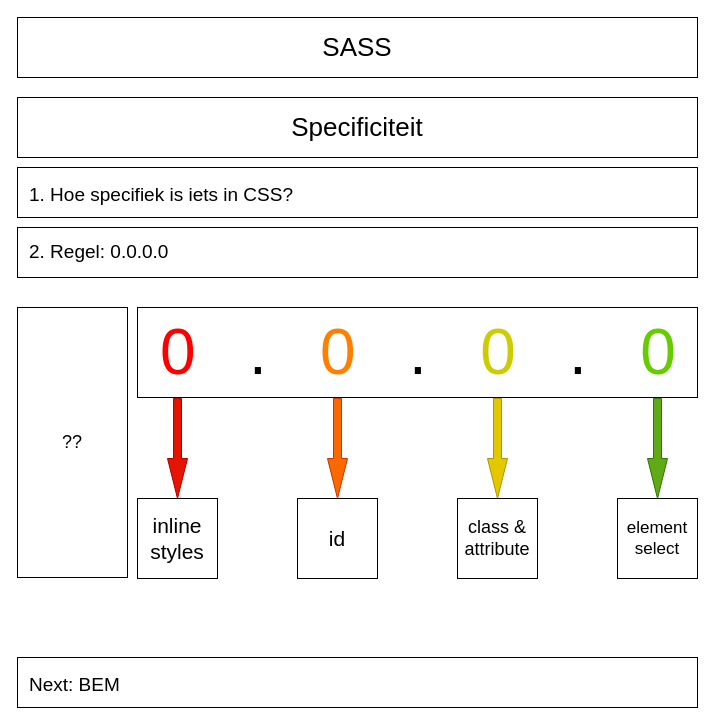
The draw.io diagram page "Specificiteit" (6 of 7) of schemes/sass.drawio in timdpaep/screencast-assets, before the edit. Source tidied: cells renumbered, new cells numbered last; positions are measured from the earlier drawing's top-left corner, leaving out a move shared by most shapes. Both pictures are drawn from the tidied source at 100%, with x=0, y=0 at pixel (17, 17).
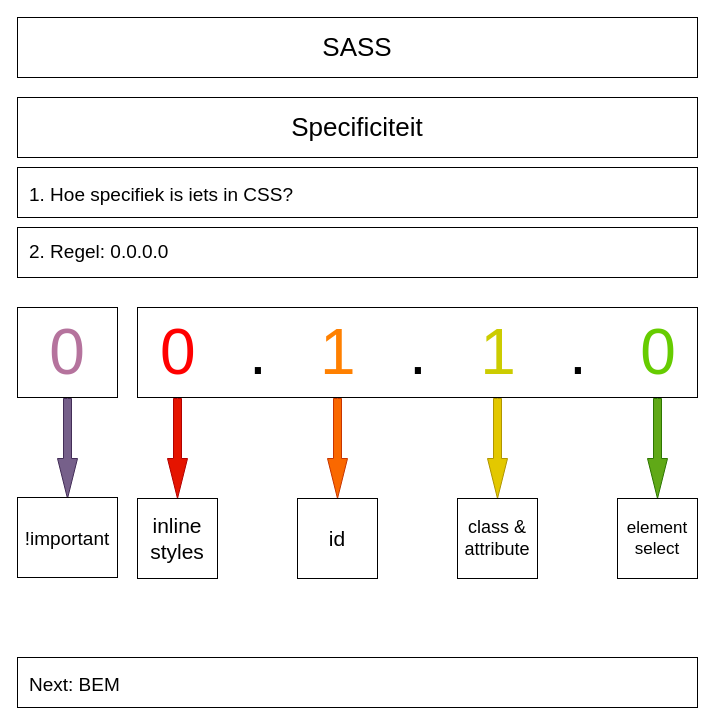
Above is the later version.

The edit, as a diff of the source:
```diff
@@
 <mxGraphModel>
   <root>
     <mxCell id="0" />
     <mxCell id="1" parent="0" />
     <mxCell id="2" value="&lt;font style=&quot;font-size: 19px&quot;&gt;1. Hoe specifiek is iets in CSS?&lt;br&gt;&lt;/font&gt;" style="rounded=0;whiteSpace=wrap;html=1;fontSize=26;align=left;spacingLeft=10;" parent="1" vertex="1">
       <mxGeometry y="150" width="680" height="50" as="geometry" />
     </mxCell>
     <mxCell id="3" value="Specificiteit" style="rounded=0;whiteSpace=wrap;html=1;fontSize=26;" parent="1" vertex="1">
       <mxGeometry y="80" width="680" height="60" as="geometry" />
     </mxCell>
     <mxCell id="4" value="&lt;font&gt;&lt;span style=&quot;font-size: 19px&quot;&gt;2. Regel: 0.0.0.0&lt;br&gt;&lt;/span&gt;&lt;/font&gt;" style="rounded=0;whiteSpace=wrap;html=1;fontSize=26;align=left;spacingLeft=10;verticalAlign=top;" parent="1" vertex="1">
       <mxGeometry y="210" width="680" height="50" as="geometry" />
     </mxCell>
     <mxCell id="5" value="&lt;font style=&quot;font-size: 19px&quot;&gt;Next: BEM&lt;br&gt;&lt;/font&gt;" style="rounded=0;whiteSpace=wrap;html=1;fontSize=26;align=left;spacingLeft=10;" parent="1" vertex="1">
       <mxGeometry y="640" width="680" height="50" as="geometry" />
     </mxCell>
     <mxCell id="6" value="SASS" style="rounded=0;whiteSpace=wrap;html=1;fontSize=26;" parent="1" vertex="1">
       <mxGeometry width="680" height="60" as="geometry" />
     </mxCell>
-    <mxCell id="7" value="&lt;font&gt;&lt;font style=&quot;font-size: 64px&quot;&gt;&lt;font color=&quot;#ff0000&quot;&gt;0&lt;/font&gt;&amp;nbsp; &amp;nbsp;.&amp;nbsp; &amp;nbsp;&lt;font color=&quot;#ff8000&quot;&gt;0&lt;/font&gt;&amp;nbsp; &amp;nbsp;.&amp;nbsp; &amp;nbsp;&lt;font color=&quot;#cccc00&quot;&gt;0&lt;/font&gt;&amp;nbsp; &amp;nbsp;.&amp;nbsp; &amp;nbsp;&lt;font color=&quot;#66cc00&quot;&gt;0&lt;/font&gt;&lt;/font&gt;&lt;br&gt;&lt;/font&gt;" style="rounded=0;whiteSpace=wrap;html=1;fontSize=26;align=left;spacingLeft=21;verticalAlign=top;spacingRight=0;" parent="1" vertex="1">
+    <mxCell id="7" value="&lt;font&gt;&lt;font style=&quot;font-size: 64px&quot;&gt;&lt;font color=&quot;#ff0000&quot;&gt;0&lt;/font&gt;&amp;nbsp; &amp;nbsp;.&amp;nbsp; &amp;nbsp;&lt;font color=&quot;#ff8000&quot;&gt;1&lt;/font&gt;&amp;nbsp; &amp;nbsp;.&amp;nbsp; &amp;nbsp;&lt;font color=&quot;#cccc00&quot;&gt;1&lt;/font&gt;&amp;nbsp; &amp;nbsp;.&amp;nbsp; &amp;nbsp;&lt;font color=&quot;#66cc00&quot;&gt;0&lt;/font&gt;&lt;/font&gt;&lt;br&gt;&lt;/font&gt;" style="rounded=0;whiteSpace=wrap;html=1;fontSize=26;align=left;spacingLeft=21;verticalAlign=top;spacingRight=0;" parent="1" vertex="1">
       <mxGeometry x="120" y="290" width="560" height="90" as="geometry" />
     </mxCell>
     <mxCell id="8" style="html=1;shadow=0;dashed=0;align=center;verticalAlign=middle;shape=mxgraph.arrows2.arrow;dy=0.6;dx=40;direction=south;notch=0;fontSize=26;fillColor=#e51400;strokeColor=#B20000;fontColor=#ffffff;" parent="1" vertex="1">
       <mxGeometry x="150" y="381" width="20" height="100" as="geometry" />
     </mxCell>
     <mxCell id="9" style="html=1;shadow=0;dashed=0;align=center;verticalAlign=middle;shape=mxgraph.arrows2.arrow;dy=0.6;dx=40;direction=south;notch=0;fontSize=26;fillColor=#fa6800;strokeColor=#C73500;fontColor=#ffffff;" parent="1" vertex="1">
       <mxGeometry x="310" y="381" width="20" height="100" as="geometry" />
     </mxCell>
     <mxCell id="10" style="html=1;shadow=0;dashed=0;align=center;verticalAlign=middle;shape=mxgraph.arrows2.arrow;dy=0.6;dx=40;direction=south;notch=0;fontSize=26;fillColor=#e3c800;strokeColor=#B09500;fontColor=#ffffff;" parent="1" vertex="1">
       <mxGeometry x="470" y="381" width="20" height="100" as="geometry" />
     </mxCell>
     <mxCell id="11" style="html=1;shadow=0;dashed=0;align=center;verticalAlign=middle;shape=mxgraph.arrows2.arrow;dy=0.6;dx=40;direction=south;notch=0;fontSize=26;fillColor=#60a917;strokeColor=#2D7600;fontColor=#ffffff;" parent="1" vertex="1">
       <mxGeometry x="630" y="381" width="20" height="100" as="geometry" />
     </mxCell>
     <mxCell id="12" value="&lt;font style=&quot;font-size: 21px;&quot;&gt;inline styles&lt;/font&gt;" style="whiteSpace=wrap;html=1;fontSize=21;" parent="1" vertex="1">
       <mxGeometry x="120" y="481" width="80" height="80" as="geometry" />
     </mxCell>
     <mxCell id="13" value="&lt;font style=&quot;font-size: 21px&quot;&gt;id&lt;/font&gt;" style="whiteSpace=wrap;html=1;fontSize=21;" parent="1" vertex="1">
       <mxGeometry x="280" y="481" width="80" height="80" as="geometry" />
     </mxCell>
     <mxCell id="14" value="&lt;font style=&quot;font-size: 18px;&quot;&gt;class &amp;amp;&lt;br style=&quot;font-size: 18px;&quot;&gt;attribute&lt;br style=&quot;font-size: 18px;&quot;&gt;&lt;/font&gt;" style="whiteSpace=wrap;html=1;fontSize=18;" parent="1" vertex="1">
       <mxGeometry x="440" y="481" width="80" height="80" as="geometry" />
     </mxCell>
     <mxCell id="15" value="&lt;font style=&quot;font-size: 17px;&quot;&gt;element select&lt;/font&gt;" style="whiteSpace=wrap;html=1;fontSize=17;" parent="1" vertex="1">
       <mxGeometry x="600" y="481" width="80" height="80" as="geometry" />
     </mxCell>
     <mxCell id="16" value="&lt;font style=&quot;font-size: 64px&quot; color=&quot;#b5739d&quot;&gt;0&lt;/font&gt;" style="rounded=0;whiteSpace=wrap;html=1;fontSize=18;" parent="1" vertex="1">
       <mxGeometry y="290" width="100" height="90" as="geometry" />
     </mxCell>
     <mxCell id="17" style="html=1;shadow=0;dashed=0;align=center;verticalAlign=middle;shape=mxgraph.arrows2.arrow;dy=0.6;dx=40;direction=south;notch=0;fontSize=26;fillColor=#76608a;strokeColor=#432D57;fontColor=#ffffff;" parent="1" vertex="1">
       <mxGeometry x="40" y="381" width="20" height="100" as="geometry" />
     </mxCell>
     <mxCell id="18" value="&lt;font style=&quot;font-size: 19px&quot;&gt;!important&lt;/font&gt;" style="whiteSpace=wrap;html=1;fontSize=21;" parent="1" vertex="1">
       <mxGeometry y="480" width="100" height="80" as="geometry" />
     </mxCell>
-    <mxCell id="19" value="??" style="rounded=0;whiteSpace=wrap;html=1;fontSize=18;" parent="1" vertex="1">
-      <mxGeometry y="290" width="110" height="270" as="geometry" />
-    </mxCell>
   </root>
 </mxGraphModel>
```
